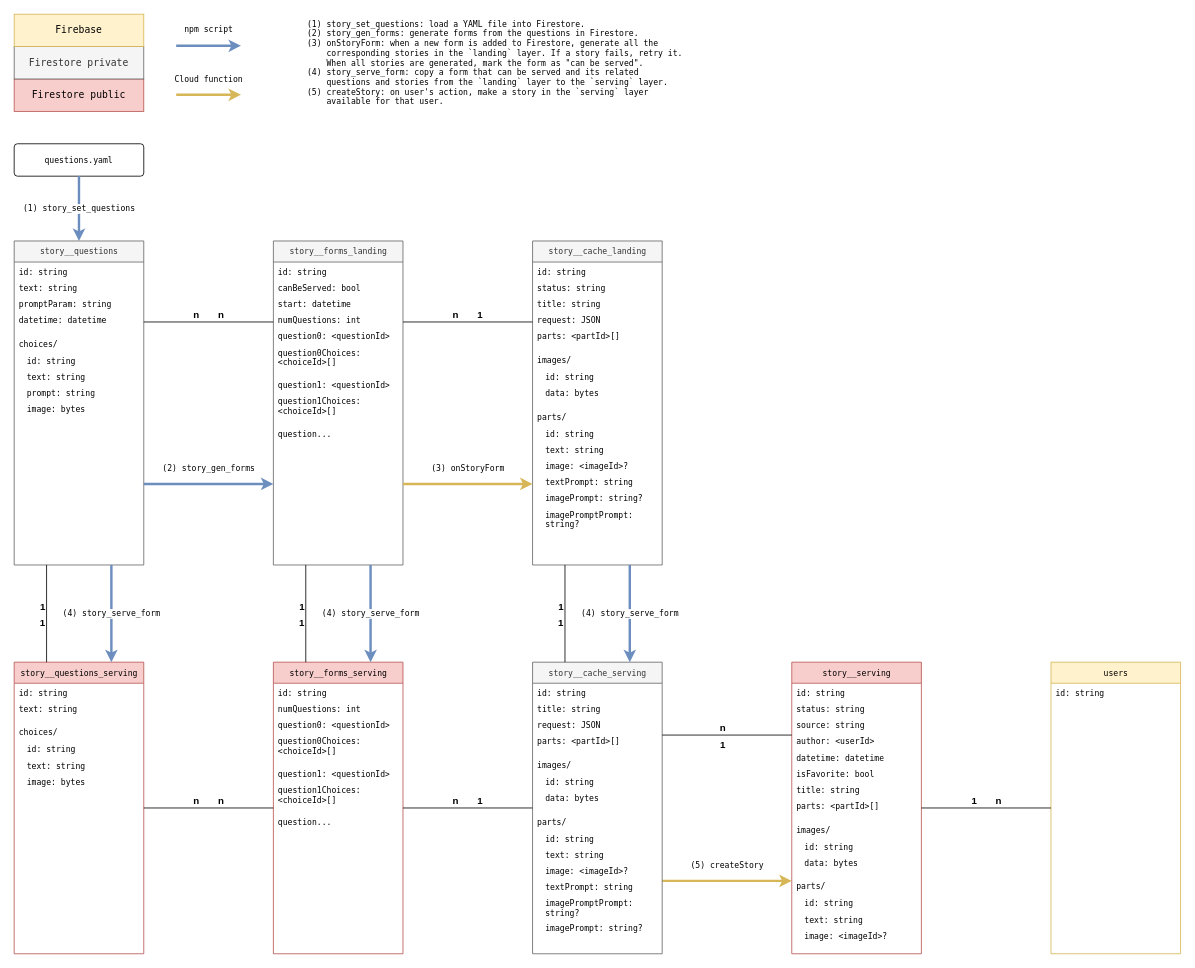
The draw.io diagram doc/data_flow.drawio in AceZz/bedtime-writer, before the edit. Source tidied: cells renumbered, new cells numbered last; positions are measured from the earlier drawing's top-left corner, leaving out a move shared by most shapes. Both pictures are drawn from the tidied source at 81%, with x=0, y=0 at pixel (14, 14).
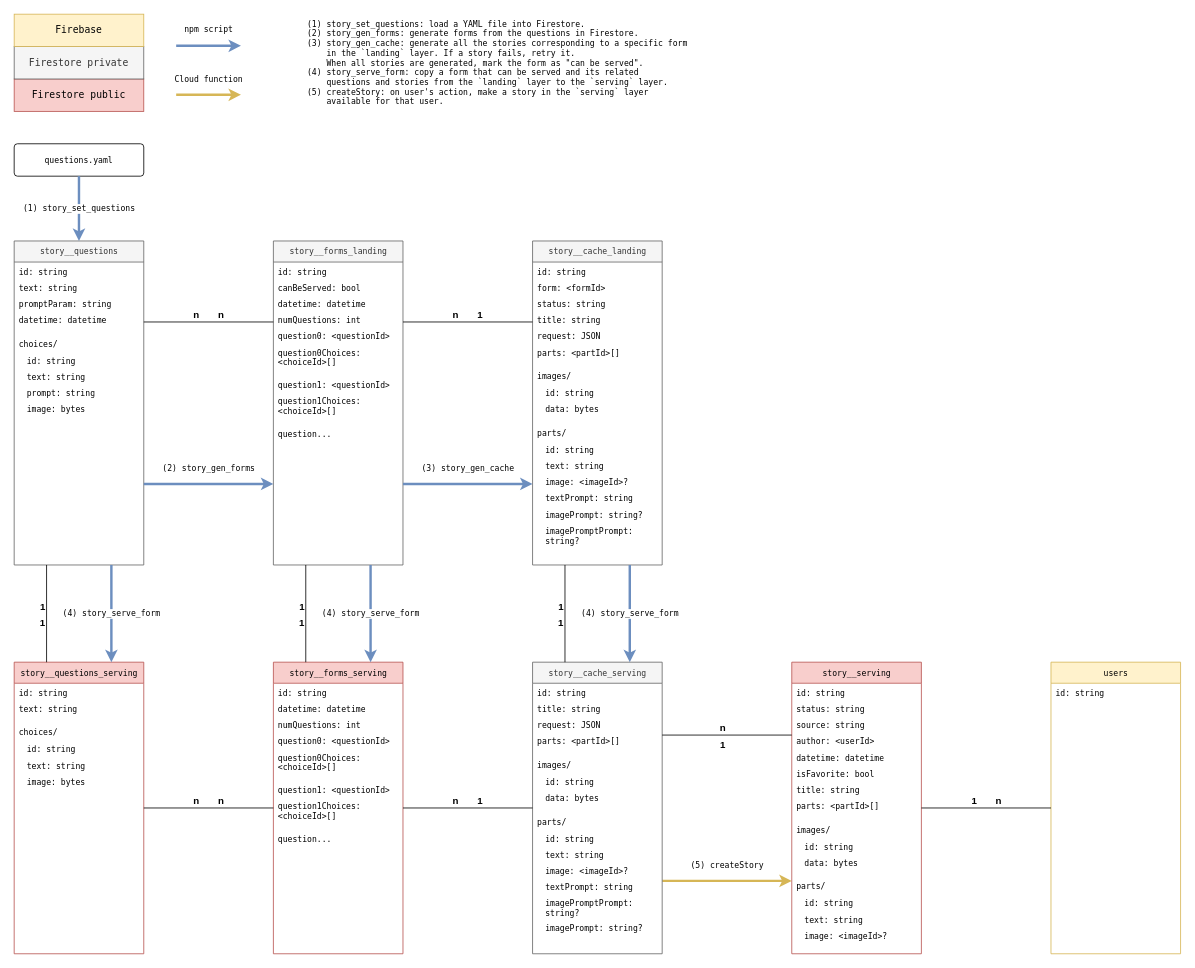
Above is the later version.

Unchanged cells that the change refers to:
```xml
<mxCell id="12" value="story__forms_landing" style="swimlane;html=1;fontStyle=0;horizontal=1;startSize=26;swimlaneFillColor=#ffffff;rounded=0;shadow=0;comic=0;labelBackgroundColor=none;strokeWidth=1;fontFamily=Lucida Console;fontSize=10;align=center;fillColor=#f5f5f5;fontColor=#333333;strokeColor=#666666;swimlaneLine=1;glass=0;" parent="1" vertex="1">
  <mxGeometry x="320" y="280" width="160" height="400" as="geometry" />
</mxCell>
<mxCell id="22" value="story__cache_landing" style="swimlane;html=1;fontStyle=0;horizontal=1;startSize=26;swimlaneFillColor=#ffffff;rounded=0;shadow=0;comic=0;labelBackgroundColor=none;strokeWidth=1;fontFamily=Lucida Console;fontSize=10;align=center;fillColor=#f5f5f5;fontColor=#333333;strokeColor=#666666;swimlaneLine=1;glass=0;" parent="1" vertex="1">
  <mxGeometry x="640" y="280" width="160" height="400" as="geometry" />
</mxCell>
<mxCell id="38" value="story__forms_serving" style="swimlane;html=1;fontStyle=0;horizontal=1;startSize=26;swimlaneFillColor=#ffffff;rounded=0;shadow=0;comic=0;labelBackgroundColor=none;strokeWidth=1;fontFamily=Lucida Console;fontSize=10;align=center;fillColor=#f8cecc;strokeColor=#b85450;swimlaneLine=1;glass=0;" parent="1" vertex="1">
  <mxGeometry x="320" y="800" width="160" height="360" as="geometry" />
</mxCell>
```

Change to the diagram source:
```diff
@@
-    <mxCell id="15" value="start: datetime" style="text;strokeColor=none;fillColor=none;align=left;verticalAlign=top;spacingLeft=4;spacingRight=4;overflow=hidden;whiteSpace=wrap;html=1;fontFamily=Lucida Console;fontSize=10;labelBackgroundColor=none;" parent="12" vertex="1">
+    <mxCell id="15" value="datetime: datetime" style="text;strokeColor=none;fillColor=none;align=left;verticalAlign=top;spacingLeft=4;spacingRight=4;overflow=hidden;whiteSpace=wrap;html=1;fontFamily=Lucida Console;fontSize=10;labelBackgroundColor=none;" parent="12" vertex="1">
       <mxGeometry y="66" width="160" height="20" as="geometry" />
     </mxCell>
@@
+    <mxCell id="135" value="form: &amp;lt;formId&amp;gt;" style="text;strokeColor=none;fillColor=none;align=left;verticalAlign=top;spacingLeft=4;spacingRight=4;overflow=hidden;whiteSpace=wrap;html=1;fontFamily=Lucida Console;fontSize=10;labelBackgroundColor=none;" parent="22" vertex="1">
+      <mxGeometry y="46" width="160" height="20" as="geometry" />
+    </mxCell>
     <mxCell id="24" value="status: string" style="text;strokeColor=none;fillColor=none;align=left;verticalAlign=top;spacingLeft=4;spacingRight=4;overflow=hidden;whiteSpace=wrap;html=1;fontFamily=Lucida Console;fontSize=10;labelBackgroundColor=none;" parent="22" vertex="1">
-      <mxGeometry y="46" width="160" height="20" as="geometry" />
+      <mxGeometry y="66" width="160" height="20" as="geometry" />
     </mxCell>
     <mxCell id="25" value="title: string" style="text;strokeColor=none;fillColor=none;align=left;verticalAlign=top;spacingLeft=4;spacingRight=4;overflow=hidden;whiteSpace=wrap;html=1;fontFamily=Lucida Console;fontSize=10;labelBackgroundColor=none;" parent="22" vertex="1">
-      <mxGeometry y="66" width="160" height="20" as="geometry" />
+      <mxGeometry y="86" width="160" height="20" as="geometry" />
     </mxCell>
     <mxCell id="26" value="request: JSON" style="text;strokeColor=none;fillColor=none;align=left;verticalAlign=top;spacingLeft=4;spacingRight=4;overflow=hidden;whiteSpace=wrap;html=1;fontFamily=Lucida Console;fontSize=10;labelBackgroundColor=none;" parent="22" vertex="1">
-      <mxGeometry y="86" width="160" height="20" as="geometry" />
+      <mxGeometry y="106" width="160" height="20" as="geometry" />
     </mxCell>
     <mxCell id="27" value="parts: &amp;lt;partId&amp;gt;[]" style="text;strokeColor=none;fillColor=none;align=left;verticalAlign=top;spacingLeft=4;spacingRight=4;overflow=hidden;whiteSpace=wrap;html=1;fontFamily=Lucida Console;fontSize=10;labelBackgroundColor=none;" parent="22" vertex="1">
-      <mxGeometry y="106" width="160" height="20" as="geometry" />
+      <mxGeometry y="126" width="160" height="20" as="geometry" />
     </mxCell>
     <mxCell id="28" value="images/" style="text;strokeColor=none;fillColor=none;align=left;verticalAlign=bottom;spacingLeft=4;spacingRight=4;overflow=hidden;whiteSpace=wrap;html=1;fontFamily=Lucida Console;fontSize=10;labelBackgroundColor=none;" parent="22" vertex="1">
-      <mxGeometry y="126" width="160" height="30" as="geometry" />
+      <mxGeometry y="146" width="160" height="30" as="geometry" />
     </mxCell>
     <mxCell id="29" value="id: string" style="text;strokeColor=none;fillColor=none;align=left;verticalAlign=top;spacingLeft=14;spacingRight=4;overflow=hidden;whiteSpace=wrap;html=1;fontFamily=Lucida Console;fontSize=10;labelBackgroundColor=none;" parent="22" vertex="1">
-      <mxGeometry y="156" width="160" height="20" as="geometry" />
+      <mxGeometry y="176" width="160" height="20" as="geometry" />
     </mxCell>
     <mxCell id="30" value="data: bytes" style="text;strokeColor=none;fillColor=none;align=left;verticalAlign=top;spacingLeft=14;spacingRight=4;overflow=hidden;whiteSpace=wrap;html=1;fontFamily=Lucida Console;fontSize=10;labelBackgroundColor=none;" parent="22" vertex="1">
-      <mxGeometry y="176" width="160" height="20" as="geometry" />
+      <mxGeometry y="196" width="160" height="20" as="geometry" />
     </mxCell>
     <mxCell id="31" value="parts/" style="text;strokeColor=none;fillColor=none;align=left;verticalAlign=bottom;spacingLeft=4;spacingRight=4;overflow=hidden;whiteSpace=wrap;html=1;fontFamily=Lucida Console;fontSize=10;labelBackgroundColor=none;" parent="22" vertex="1">
-      <mxGeometry y="196" width="160" height="30" as="geometry" />
+      <mxGeometry y="216" width="160" height="30" as="geometry" />
     </mxCell>
     <mxCell id="32" value="id: string" style="text;strokeColor=none;fillColor=none;align=left;verticalAlign=top;spacingLeft=14;spacingRight=4;overflow=hidden;whiteSpace=wrap;html=1;fontFamily=Lucida Console;fontSize=10;labelBackgroundColor=none;" parent="22" vertex="1">
-      <mxGeometry y="226" width="160" height="20" as="geometry" />
+      <mxGeometry y="246" width="160" height="20" as="geometry" />
     </mxCell>
     <mxCell id="33" value="text: string" style="text;strokeColor=none;fillColor=none;align=left;verticalAlign=top;spacingLeft=14;spacingRight=4;overflow=hidden;whiteSpace=wrap;html=1;fontFamily=Lucida Console;fontSize=10;labelBackgroundColor=none;" parent="22" vertex="1">
-      <mxGeometry y="246" width="160" height="20" as="geometry" />
+      <mxGeometry y="266" width="160" height="20" as="geometry" />
     </mxCell>
     <mxCell id="34" value="image: &amp;lt;imageId&amp;gt;?" style="text;strokeColor=none;fillColor=none;align=left;verticalAlign=top;spacingLeft=14;spacingRight=4;overflow=hidden;whiteSpace=wrap;html=1;fontFamily=Lucida Console;fontSize=10;labelBackgroundColor=none;" parent="22" vertex="1">
-      <mxGeometry y="266" width="160" height="20" as="geometry" />
+      <mxGeometry y="286" width="160" height="20" as="geometry" />
     </mxCell>
     <mxCell id="35" value="textPrompt: string" style="text;strokeColor=none;fillColor=none;align=left;verticalAlign=top;spacingLeft=14;spacingRight=4;overflow=hidden;whiteSpace=wrap;html=1;fontFamily=Lucida Console;fontSize=10;labelBackgroundColor=none;" parent="22" vertex="1">
-      <mxGeometry y="286" width="160" height="20" as="geometry" />
+      <mxGeometry y="306" width="160" height="20" as="geometry" />
     </mxCell>
     <mxCell id="36" value="imagePrompt: string?" style="text;strokeColor=none;fillColor=none;align=left;verticalAlign=top;spacingLeft=14;spacingRight=4;overflow=hidden;whiteSpace=wrap;html=1;fontFamily=Lucida Console;fontSize=10;labelBackgroundColor=none;" parent="22" vertex="1">
-      <mxGeometry y="306" width="160" height="20" as="geometry" />
+      <mxGeometry y="326" width="160" height="20" as="geometry" />
     </mxCell>
     <mxCell id="37" value="imagePromptPrompt: string?" style="text;strokeColor=none;fillColor=none;align=left;verticalAlign=top;spacingLeft=14;spacingRight=4;overflow=hidden;whiteSpace=wrap;html=1;fontFamily=Lucida Console;fontSize=10;labelBackgroundColor=none;" parent="22" vertex="1">
-      <mxGeometry y="326" width="160" height="30" as="geometry" />
+      <mxGeometry y="346" width="160" height="30" as="geometry" />
     </mxCell>
@@
-    <mxCell id="40" value="numQuestions: int" style="text;strokeColor=none;fillColor=none;align=left;verticalAlign=top;spacingLeft=4;spacingRight=4;overflow=hidden;whiteSpace=wrap;html=1;fontFamily=Lucida Console;fontSize=10;labelBackgroundColor=none;" parent="38" vertex="1">
+    <mxCell id="40" value="datetime: datetime" style="text;strokeColor=none;fillColor=none;align=left;verticalAlign=top;spacingLeft=4;spacingRight=4;overflow=hidden;whiteSpace=wrap;html=1;fontFamily=Lucida Console;fontSize=10;labelBackgroundColor=none;" parent="38" vertex="1">
       <mxGeometry y="46" width="160" height="20" as="geometry" />
     </mxCell>
+    <mxCell id="136" value="numQuestions: int" style="text;strokeColor=none;fillColor=none;align=left;verticalAlign=top;spacingLeft=4;spacingRight=4;overflow=hidden;whiteSpace=wrap;html=1;fontFamily=Lucida Console;fontSize=10;labelBackgroundColor=none;" parent="38" vertex="1">
+      <mxGeometry y="66" width="160" height="20" as="geometry" />
+    </mxCell>
     <mxCell id="41" value="question0: &amp;lt;questionId&amp;gt;" style="text;strokeColor=none;fillColor=none;align=left;verticalAlign=top;spacingLeft=4;spacingRight=4;overflow=hidden;whiteSpace=wrap;html=1;fontFamily=Lucida Console;fontSize=10;labelBackgroundColor=none;" parent="38" vertex="1">
-      <mxGeometry y="66" width="160" height="20" as="geometry" />
+      <mxGeometry y="86" width="160" height="20" as="geometry" />
     </mxCell>
     <mxCell id="42" value="question0Choices: &amp;lt;choiceId&amp;gt;[]" style="text;strokeColor=none;fillColor=none;align=left;verticalAlign=top;spacingLeft=4;spacingRight=4;overflow=hidden;whiteSpace=wrap;html=1;fontFamily=Lucida Console;fontSize=10;labelBackgroundColor=none;" parent="38" vertex="1">
-      <mxGeometry y="86" width="160" height="40" as="geometry" />
+      <mxGeometry y="106" width="160" height="40" as="geometry" />
     </mxCell>
     <mxCell id="43" value="question1: &amp;lt;questionId&amp;gt;" style="text;strokeColor=none;fillColor=none;align=left;verticalAlign=top;spacingLeft=4;spacingRight=4;overflow=hidden;whiteSpace=wrap;html=1;fontFamily=Lucida Console;fontSize=10;labelBackgroundColor=none;" parent="38" vertex="1">
-      <mxGeometry y="126" width="160" height="20" as="geometry" />
+      <mxGeometry y="146" width="160" height="20" as="geometry" />
     </mxCell>
     <mxCell id="44" value="question1Choices: &amp;lt;choiceId&amp;gt;[]" style="text;strokeColor=none;fillColor=none;align=left;verticalAlign=top;spacingLeft=4;spacingRight=4;overflow=hidden;whiteSpace=wrap;html=1;fontFamily=Lucida Console;fontSize=10;labelBackgroundColor=none;" parent="38" vertex="1">
-      <mxGeometry y="146" width="160" height="40" as="geometry" />
+      <mxGeometry y="166" width="160" height="40" as="geometry" />
     </mxCell>
     <mxCell id="45" value="question..." style="text;strokeColor=none;fillColor=none;align=left;verticalAlign=top;spacingLeft=4;spacingRight=4;overflow=hidden;whiteSpace=wrap;html=1;fontFamily=Lucida Console;fontSize=10;labelBackgroundColor=none;" parent="38" vertex="1">
-      <mxGeometry y="186" width="160" height="20" as="geometry" />
+      <mxGeometry y="206" width="160" height="20" as="geometry" />
     </mxCell>
@@
-    <mxCell id="111" value="(3) onStoryForm" style="endArrow=classic;html=1;rounded=0;endFill=1;fontFamily=Lucida Console;fontSize=10;strokeWidth=3;fillColor=#fff2cc;strokeColor=#d6b656;align=center;verticalAlign=middle;entryX=0;entryY=0.75;entryDx=0;entryDy=0;exitX=1;exitY=0.75;exitDx=0;exitDy=0;" parent="1" edge="1" source="12" target="22">
+    <mxCell id="111" value="(3) story_gen_cache" style="endArrow=classic;html=1;rounded=0;endFill=1;fontFamily=Lucida Console;fontSize=10;strokeWidth=3;fillColor=#dae8fc;strokeColor=#6c8ebf;align=center;verticalAlign=middle;entryX=0;entryY=0.75;entryDx=0;entryDy=0;exitX=1;exitY=0.75;exitDx=0;exitDy=0;" parent="1" edge="1" source="12" target="22">
       <mxGeometry y="20" relative="1" as="geometry" />
     </mxCell>
@@
-    <mxCell id="119" value="(1) story_set_questions: load a YAML file into Firestore.&lt;br&gt;(2) story_gen_forms: generate forms from the questions in Firestore.&lt;br&gt;(3) onStoryForm: when a new form is added to Firestore, generate all the&lt;br&gt;&amp;nbsp;&amp;nbsp;&amp;nbsp; corresponding stories in the `landing` layer. If a story fails, retry it.&lt;br&gt;&amp;nbsp;&amp;nbsp;&amp;nbsp; When all stories are generated, mark the form as &quot;can be served&quot;.&lt;br&gt;(4) story_serve_form: copy a form that can be served and its related&lt;br&gt;&amp;nbsp;&amp;nbsp;&amp;nbsp; questions and stories from the `landing` layer to the `serving` layer.&lt;br&gt;&lt;div&gt;(5) createStory: on user's action, make a story in the `serving` layer&lt;/div&gt;&lt;div&gt;&amp;nbsp;&amp;nbsp;&amp;nbsp; available for that user.&lt;/div&gt;" style="text;html=1;strokeColor=none;fillColor=none;align=left;verticalAlign=top;whiteSpace=wrap;rounded=0;fontFamily=Lucida Console;fontSize=10;" parent="1" vertex="1">
+    <mxCell id="119" value="(1) story_set_questions: load a YAML file into Firestore.&lt;br&gt;(2) story_gen_forms: generate forms from the questions in Firestore.&lt;br&gt;(3) story_gen_cache: generate all the stories corresponding to a specific form&lt;br&gt;&amp;nbsp; &amp;nbsp; in the `landing` layer. If a story fails, retry it.&lt;br&gt;&amp;nbsp;&amp;nbsp;&amp;nbsp; When all stories are generated, mark the form as &quot;can be served&quot;.&lt;br&gt;(4) story_serve_form: copy a form that can be served and its related&lt;br&gt;&amp;nbsp;&amp;nbsp;&amp;nbsp; questions and stories from the `landing` layer to the `serving` layer.&lt;br&gt;&lt;div&gt;(5) createStory: on user's action, make a story in the `serving` layer&lt;/div&gt;&lt;div&gt;&amp;nbsp;&amp;nbsp;&amp;nbsp; available for that user.&lt;/div&gt;" style="text;html=1;strokeColor=none;fillColor=none;align=left;verticalAlign=top;whiteSpace=wrap;rounded=0;fontFamily=Lucida Console;fontSize=10;" parent="1" vertex="1">
       <mxGeometry x="360" width="480" height="120" as="geometry" />
     </mxCell>
```
